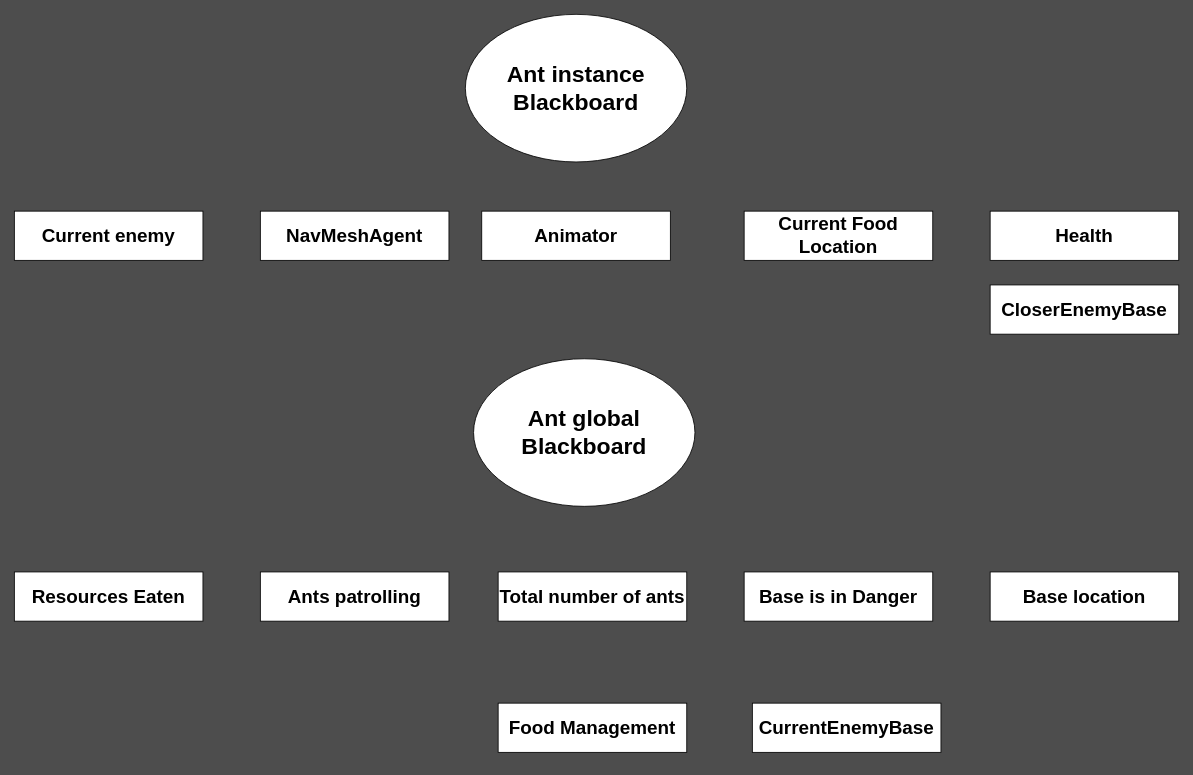
Above: page "Blackboard" (5 of 5) of Design/Ant.drawio in arturo101199/GardenBattle (draw.io), before the change. Source tidied: cells renumbered, new cells numbered last; positions are measured from the earlier drawing's top-left corner, leaving out a move shared by most shapes. Both pictures are drawn from the tidied source at 82%, with x=0, y=0 at pixel (14, 14).
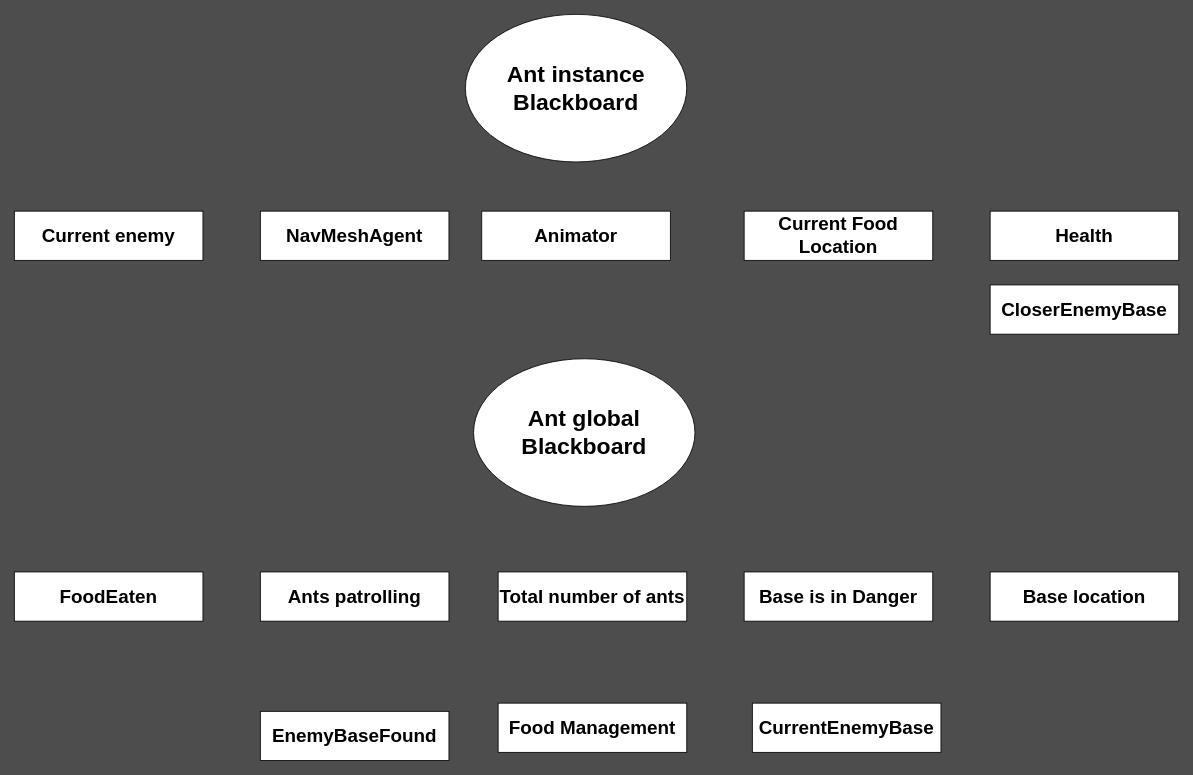
The same page after the edit.

Change to the diagram source:
```diff
@@
 <mxGraphModel background="#4D4D4D">
   <root>
     <mxCell id="0" />
     <mxCell id="1" parent="0" />
     <mxCell id="2" value="&lt;font style=&quot;font-size: 28px&quot;&gt;&lt;b&gt;Ant instance Blackboard&lt;/b&gt;&lt;/font&gt;" style="ellipse;whiteSpace=wrap;html=1;" parent="1" vertex="1">
       <mxGeometry x="550" width="270" height="180" as="geometry" />
     </mxCell>
-    <mxCell id="3" value="&lt;font style=&quot;font-size: 23px&quot;&gt;&lt;b&gt;Resources Eaten&lt;/b&gt;&lt;/font&gt;" style="rounded=0;whiteSpace=wrap;html=1;" parent="1" vertex="1">
+    <mxCell id="3" value="&lt;font style=&quot;font-size: 23px&quot;&gt;&lt;b&gt;FoodEaten&lt;/b&gt;&lt;/font&gt;" style="rounded=0;whiteSpace=wrap;html=1;" parent="1" vertex="1">
       <mxGeometry y="680" width="230" height="60" as="geometry" />
     </mxCell>
     <mxCell id="4" value="&lt;font style=&quot;font-size: 23px&quot;&gt;&lt;b&gt;Animator&lt;/b&gt;&lt;/font&gt;" style="rounded=0;whiteSpace=wrap;html=1;" parent="1" vertex="1">
       <mxGeometry x="570" y="240" width="230" height="60" as="geometry" />
     </mxCell>
     <mxCell id="5" value="&lt;font style=&quot;font-size: 23px&quot;&gt;&lt;b&gt;Current Food Location&lt;br&gt;&lt;/b&gt;&lt;/font&gt;" style="rounded=0;whiteSpace=wrap;html=1;" parent="1" vertex="1">
       <mxGeometry x="890" y="240" width="230" height="60" as="geometry" />
     </mxCell>
     <mxCell id="6" value="&lt;font style=&quot;font-size: 23px&quot;&gt;&lt;b&gt;Base location&lt;br&gt;&lt;/b&gt;&lt;/font&gt;" style="rounded=0;whiteSpace=wrap;html=1;" parent="1" vertex="1">
       <mxGeometry x="1190" y="680" width="230" height="60" as="geometry" />
     </mxCell>
     <mxCell id="7" value="&lt;font style=&quot;font-size: 23px&quot;&gt;&lt;b&gt;Current enemy&lt;/b&gt;&lt;/font&gt;" style="rounded=0;whiteSpace=wrap;html=1;" parent="1" vertex="1">
       <mxGeometry y="240" width="230" height="60" as="geometry" />
     </mxCell>
     <mxCell id="8" value="&lt;span style=&quot;font-size: 23px&quot;&gt;&lt;b&gt;Total number of ants&lt;/b&gt;&lt;/span&gt;" style="rounded=0;whiteSpace=wrap;html=1;" parent="1" vertex="1">
       <mxGeometry x="590" y="680" width="230" height="60" as="geometry" />
     </mxCell>
     <mxCell id="9" value="&lt;span style=&quot;font-size: 23px&quot;&gt;&lt;b&gt;Ants patrolling&lt;/b&gt;&lt;/span&gt;" style="rounded=0;whiteSpace=wrap;html=1;" parent="1" vertex="1">
       <mxGeometry x="300" y="680" width="230" height="60" as="geometry" />
     </mxCell>
     <mxCell id="10" value="&lt;span style=&quot;font-size: 23px&quot;&gt;&lt;b&gt;Base is in Danger&lt;/b&gt;&lt;/span&gt;" style="rounded=0;whiteSpace=wrap;html=1;" parent="1" vertex="1">
       <mxGeometry x="890" y="680" width="230" height="60" as="geometry" />
     </mxCell>
     <mxCell id="11" value="&lt;span style=&quot;font-size: 23px&quot;&gt;&lt;b&gt;Health&lt;/b&gt;&lt;/span&gt;" style="rounded=0;whiteSpace=wrap;html=1;" parent="1" vertex="1">
       <mxGeometry x="1190" y="240" width="230" height="60" as="geometry" />
     </mxCell>
     <mxCell id="12" value="&lt;font style=&quot;font-size: 28px&quot;&gt;&lt;b&gt;Ant global Blackboard&lt;/b&gt;&lt;/font&gt;" style="ellipse;whiteSpace=wrap;html=1;" parent="1" vertex="1">
       <mxGeometry x="560" y="420" width="270" height="180" as="geometry" />
     </mxCell>
     <mxCell id="13" value="&lt;span style=&quot;font-size: 23px&quot;&gt;&lt;b&gt;Food Management&lt;br&gt;&lt;/b&gt;&lt;/span&gt;" style="rounded=0;whiteSpace=wrap;html=1;" parent="1" vertex="1">
       <mxGeometry x="590" y="840" width="230" height="60" as="geometry" />
     </mxCell>
     <mxCell id="14" value="&lt;font style=&quot;font-size: 23px&quot;&gt;&lt;b&gt;NavMeshAgent&lt;br&gt;&lt;/b&gt;&lt;/font&gt;" style="rounded=0;whiteSpace=wrap;html=1;" parent="1" vertex="1">
       <mxGeometry x="300" y="240" width="230" height="60" as="geometry" />
     </mxCell>
     <mxCell id="15" value="&lt;span style=&quot;font-size: 23px&quot;&gt;&lt;b&gt;CurrentEnemyBase&lt;/b&gt;&lt;/span&gt;" style="rounded=0;whiteSpace=wrap;html=1;" parent="1" vertex="1">
       <mxGeometry x="900" y="840" width="230" height="60" as="geometry" />
     </mxCell>
     <mxCell id="16" value="&lt;span style=&quot;font-size: 23px&quot;&gt;&lt;b&gt;CloserEnemyBase&lt;/b&gt;&lt;/span&gt;" style="rounded=0;whiteSpace=wrap;html=1;" parent="1" vertex="1">
       <mxGeometry x="1190" y="330" width="230" height="60" as="geometry" />
     </mxCell>
+    <mxCell id="17" value="&lt;span style=&quot;font-size: 23px&quot;&gt;&lt;b&gt;EnemyBaseFound&lt;br&gt;&lt;/b&gt;&lt;/span&gt;" style="rounded=0;whiteSpace=wrap;html=1;" parent="1" vertex="1">
+      <mxGeometry x="300" y="850" width="230" height="60" as="geometry" />
+    </mxCell>
   </root>
 </mxGraphModel>
```
